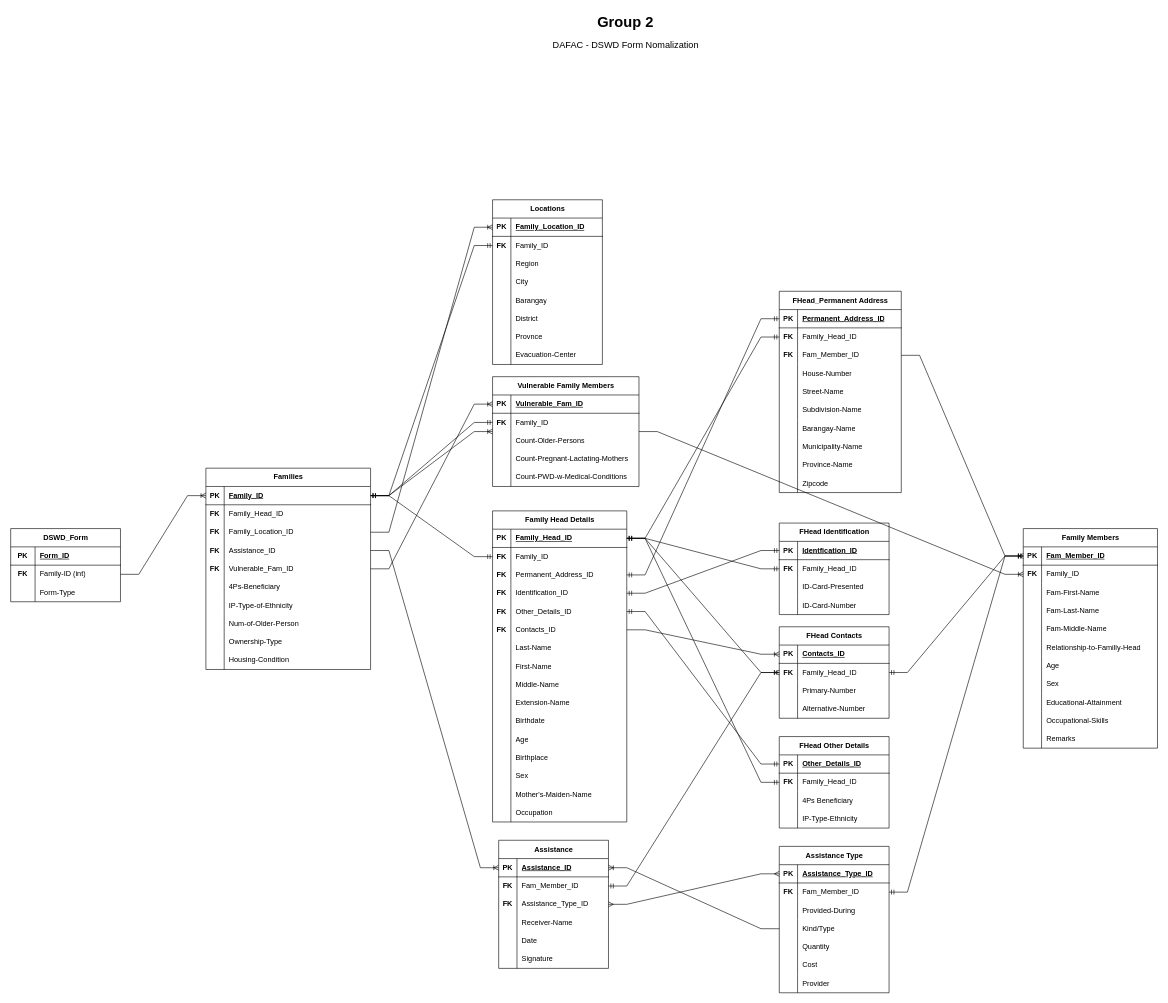
Earlier version of the draw.io diagram DSWDForm.drawio (Lanxxxe/Apartment-Watch). Source tidied: cells renumbered, new cells numbered last; positions are measured from the earlier drawing's top-left corner, leaving out a move shared by most shapes. Both pictures are drawn from the tidied source at 61%, with x=0, y=0 at pixel (10, 10).
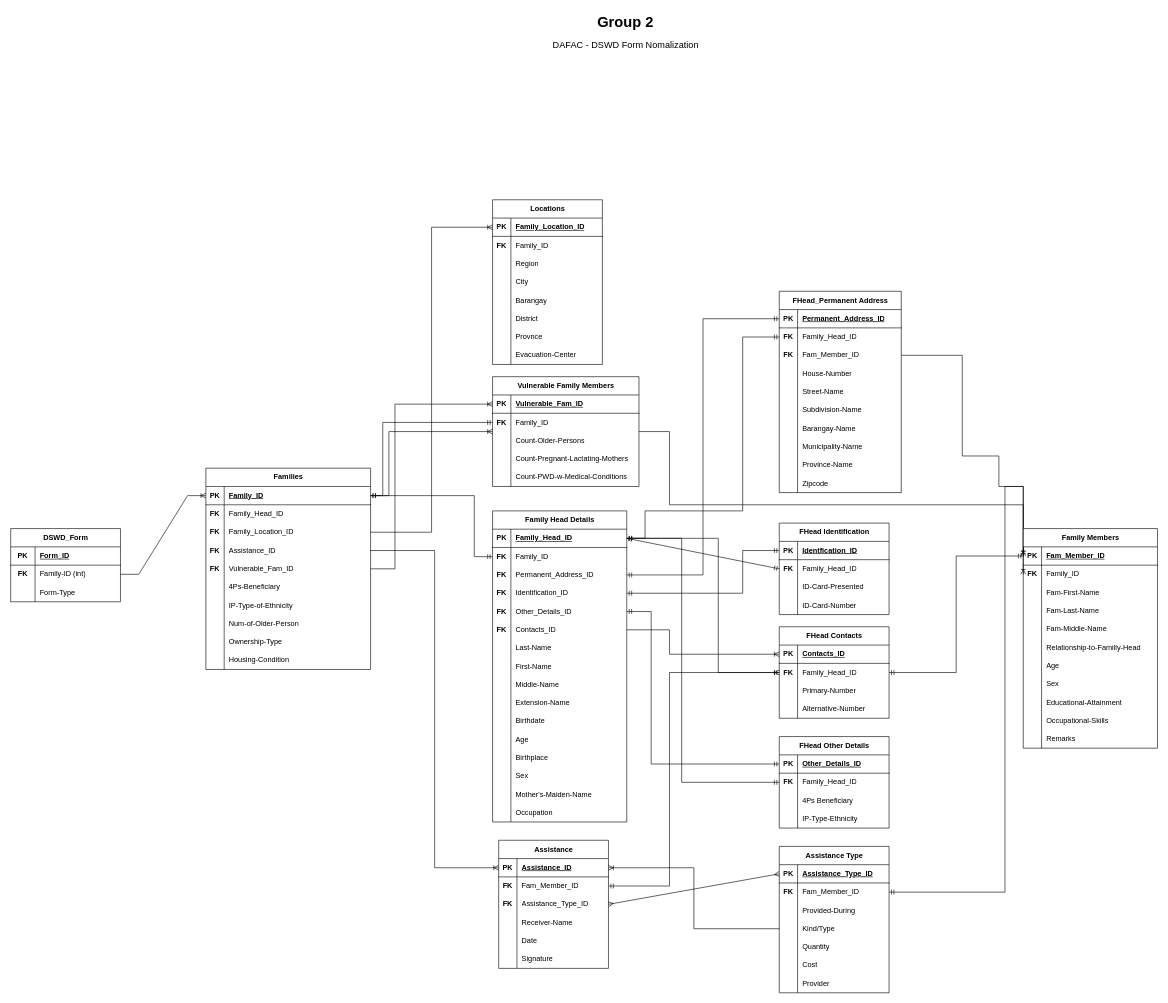
Above is the later version.

Unchanged cells that the change refers to:
```xml
<mxCell id="3" style="shape=tableRow;horizontal=0;startSize=0;swimlaneHead=0;swimlaneBody=0;fillColor=none;points=[[0,0.5],[1,0.5]];portConstraint=eastwest;top=0;left=0;right=0;bottom=1;" parent="2" vertex="1">
<mxCell id="9" style="shape=tableRow;horizontal=0;startSize=0;swimlaneHead=0;swimlaneBody=0;fillColor=none;points=[[0,0.5],[1,0.5]];portConstraint=eastwest;top=0;left=0;right=0;bottom=0;" parent="2" vertex="1">
<mxCell id="12" style="shape=tableRow;horizontal=0;startSize=0;swimlaneHead=0;swimlaneBody=0;fillColor=none;points=[[0,0.5],[1,0.5]];portConstraint=eastwest;top=0;left=0;right=0;bottom=0;" parent="2" vertex="1">
<mxCell id="15" style="shape=tableRow;horizontal=0;startSize=0;swimlaneHead=0;swimlaneBody=0;fillColor=none;points=[[0,0.5],[1,0.5]];portConstraint=eastwest;top=0;left=0;right=0;bottom=0;" parent="2" vertex="1">
<mxCell id="34" style="shape=tableRow;horizontal=0;startSize=0;swimlaneHead=0;swimlaneBody=0;fillColor=none;points=[[0,0.5],[1,0.5]];portConstraint=eastwest;top=0;left=0;right=0;bottom=1;" parent="33" vertex="1">
<mxCell id="37" style="shape=tableRow;horizontal=0;startSize=0;swimlaneHead=0;swimlaneBody=0;fillColor=none;points=[[0,0.5],[1,0.5]];portConstraint=eastwest;top=0;left=0;right=0;bottom=0;" parent="33" vertex="1">
<mxCell id="40" style="shape=tableRow;horizontal=0;startSize=0;swimlaneHead=0;swimlaneBody=0;fillColor=none;points=[[0,0.5],[1,0.5]];portConstraint=eastwest;top=0;left=0;right=0;bottom=0;" parent="33" vertex="1">
<mxCell id="43" style="shape=tableRow;horizontal=0;startSize=0;swimlaneHead=0;swimlaneBody=0;fillColor=none;points=[[0,0.5],[1,0.5]];portConstraint=eastwest;top=0;left=0;right=0;bottom=0;" parent="33" vertex="1">
<mxCell id="46" style="shape=tableRow;horizontal=0;startSize=0;swimlaneHead=0;swimlaneBody=0;fillColor=none;points=[[0,0.5],[1,0.5]];portConstraint=eastwest;top=0;left=0;right=0;bottom=0;" parent="33" vertex="1">
<mxCell id="49" style="shape=tableRow;horizontal=0;startSize=0;swimlaneHead=0;swimlaneBody=0;fillColor=none;points=[[0,0.5],[1,0.5]];portConstraint=eastwest;top=0;left=0;right=0;bottom=0;" parent="33" vertex="1">
<mxCell id="96" style="shape=tableRow;horizontal=0;startSize=0;swimlaneHead=0;swimlaneBody=0;fillColor=none;points=[[0,0.5],[1,0.5]];portConstraint=eastwest;top=0;left=0;right=0;bottom=1;" parent="95" vertex="1">
<mxCell id="99" style="shape=tableRow;horizontal=0;startSize=0;swimlaneHead=0;swimlaneBody=0;fillColor=none;points=[[0,0.5],[1,0.5]];portConstraint=eastwest;top=0;left=0;right=0;bottom=0;" parent="95" vertex="1">
<mxCell id="102" style="shape=tableRow;horizontal=0;startSize=0;swimlaneHead=0;swimlaneBody=0;fillColor=none;points=[[0,0.5],[1,0.5]];portConstraint=eastwest;top=0;left=0;right=0;bottom=0;" parent="95" vertex="1">
<mxCell id="127" style="shape=tableRow;horizontal=0;startSize=0;swimlaneHead=0;swimlaneBody=0;fillColor=none;points=[[0,0.5],[1,0.5]];portConstraint=eastwest;top=0;left=0;right=0;bottom=1;" parent="126" vertex="1">
<mxCell id="130" style="shape=tableRow;horizontal=0;startSize=0;swimlaneHead=0;swimlaneBody=0;fillColor=none;points=[[0,0.5],[1,0.5]];portConstraint=eastwest;top=0;left=0;right=0;bottom=0;" parent="126" vertex="1">
<mxCell id="140" style="shape=tableRow;horizontal=0;startSize=0;swimlaneHead=0;swimlaneBody=0;fillColor=none;points=[[0,0.5],[1,0.5]];portConstraint=eastwest;top=0;left=0;right=0;bottom=1;" parent="139" vertex="1">
<mxCell id="143" style="shape=tableRow;horizontal=0;startSize=0;swimlaneHead=0;swimlaneBody=0;fillColor=none;points=[[0,0.5],[1,0.5]];portConstraint=eastwest;top=0;left=0;right=0;bottom=0;" parent="139" vertex="1">
<mxCell id="173" style="shape=tableRow;horizontal=0;startSize=0;swimlaneHead=0;swimlaneBody=0;fillColor=none;points=[[0,0.5],[1,0.5]];portConstraint=eastwest;top=0;left=0;right=0;bottom=1;" parent="172" vertex="1">
<mxCell id="176" style="shape=tableRow;horizontal=0;startSize=0;swimlaneHead=0;swimlaneBody=0;fillColor=none;points=[[0,0.5],[1,0.5]];portConstraint=eastwest;top=0;left=0;right=0;bottom=0;" parent="172" vertex="1">
<mxCell id="198" value="Vulnerable Family Members" style="shape=table;startSize=30;childLayout=tableLayout;rowLines=0;fontStyle=1;align=center;html=1;" parent="1" vertex="1">
<mxCell id="199" style="shape=tableRow;horizontal=0;startSize=0;swimlaneHead=0;swimlaneBody=0;fillColor=none;points=[[0,0.5],[1,0.5]];portConstraint=eastwest;top=0;left=0;right=0;bottom=1;" parent="198" vertex="1">
<mxCell id="202" style="shape=tableRow;horizontal=0;startSize=0;swimlaneHead=0;swimlaneBody=0;fillColor=none;points=[[0,0.5],[1,0.5]];portConstraint=eastwest;top=0;left=0;right=0;bottom=0;" parent="198" vertex="1">
<mxCell id="215" style="shape=tableRow;horizontal=0;startSize=0;swimlaneHead=0;swimlaneBody=0;fillColor=none;points=[[0,0.5],[1,0.5]];portConstraint=eastwest;top=0;left=0;right=0;bottom=1;" parent="214" vertex="1">
<mxCell id="218" style="shape=tableRow;horizontal=0;startSize=0;swimlaneHead=0;swimlaneBody=0;fillColor=none;points=[[0,0.5],[1,0.5]];portConstraint=eastwest;top=0;left=0;right=0;bottom=0;" parent="214" vertex="1">
<mxCell id="221" style="shape=tableRow;horizontal=0;startSize=0;swimlaneHead=0;swimlaneBody=0;fillColor=none;points=[[0,0.5],[1,0.5]];portConstraint=eastwest;top=0;left=0;right=0;bottom=0;" parent="214" vertex="1">
<mxCell id="234" value="FHead Contacts" style="shape=table;startSize=30;childLayout=tableLayout;rowLines=0;fontStyle=1;align=center;html=1;" parent="1" vertex="1">
<mxCell id="235" style="shape=tableRow;horizontal=0;startSize=0;swimlaneHead=0;swimlaneBody=0;fillColor=none;points=[[0,0.5],[1,0.5]];portConstraint=eastwest;top=0;left=0;right=0;bottom=1;" parent="234" vertex="1">
<mxCell id="238" style="shape=tableRow;horizontal=0;startSize=0;swimlaneHead=0;swimlaneBody=0;fillColor=none;points=[[0,0.5],[1,0.5]];portConstraint=eastwest;top=0;left=0;right=0;bottom=0;" parent="234" vertex="1">
<mxCell id="248" style="shape=tableRow;horizontal=0;startSize=0;swimlaneHead=0;swimlaneBody=0;fillColor=none;points=[[0,0.5],[1,0.5]];portConstraint=eastwest;top=0;left=0;right=0;bottom=1;" parent="247" vertex="1">
<mxCell id="251" style="shape=tableRow;horizontal=0;startSize=0;swimlaneHead=0;swimlaneBody=0;fillColor=none;points=[[0,0.5],[1,0.5]];portConstraint=eastwest;top=0;left=0;right=0;bottom=0;" parent="247" vertex="1">
<mxCell id="257" style="shape=tableRow;horizontal=0;startSize=0;swimlaneHead=0;swimlaneBody=0;fillColor=none;points=[[0,0.5],[1,0.5]];portConstraint=eastwest;top=0;left=0;right=0;bottom=0;" parent="247" vertex="1">
<mxCell id="270" style="shape=tableRow;horizontal=0;startSize=0;swimlaneHead=0;swimlaneBody=0;fillColor=none;points=[[0,0.5],[1,0.5]];portConstraint=eastwest;top=0;left=0;right=0;bottom=1;" parent="269" vertex="1">
<mxCell id="273" style="shape=tableRow;horizontal=0;startSize=0;swimlaneHead=0;swimlaneBody=0;fillColor=none;points=[[0,0.5],[1,0.5]];portConstraint=eastwest;top=0;left=0;right=0;bottom=0;" parent="269" vertex="1">
```

The edit, as a diff of the source:
```diff
@@
-    <mxCell id="152" style="edgeStyle=entityRelationEdgeStyle;fontSize=12;html=1;endArrow=ERmandOne;startArrow=ERmandOne;rounded=0;entryX=0;entryY=0.5;entryDx=0;entryDy=0;exitX=1;exitY=0.5;exitDx=0;exitDy=0;" parent="1" edge="1" source="3" target="37">
+    <mxCell id="152" style="edgeStyle=orthogonalEdgeStyle;fontSize=12;html=1;endArrow=ERmandOne;startArrow=ERmandOne;rounded=0;entryX=0;entryY=0.5;entryDx=0;entryDy=0;exitX=1;exitY=0.5;exitDx=0;exitDy=0;" parent="1" edge="1" source="3" target="37">
       <mxGeometry relative="1" as="geometry">
         <Array as="points">
-          <mxPoint x="860" y="900" />
-          <mxPoint x="940" y="940" />
-          <mxPoint x="1080" y="930" />
-          <mxPoint x="1070" y="920" />
-          <mxPoint x="940" y="689" />
+          <mxPoint x="760" y="795" />
+          <mxPoint x="760" y="895" />
         </Array>
       </mxGeometry>
     </mxCell>
-    <mxCell id="153" style="edgeStyle=entityRelationEdgeStyle;fontSize=12;html=1;endArrow=ERmandOne;startArrow=ERmandOne;rounded=0;entryX=0;entryY=0.5;entryDx=0;entryDy=0;exitX=1;exitY=0.5;exitDx=0;exitDy=0;" parent="1" edge="1" source="34" target="99">
-      <mxGeometry relative="1" as="geometry" />
+    <mxCell id="153" style="edgeStyle=orthogonalEdgeStyle;fontSize=12;html=1;endArrow=ERmandOne;startArrow=ERmandOne;rounded=0;entryX=0;entryY=0.5;entryDx=0;entryDy=0;exitX=1;exitY=0.5;exitDx=0;exitDy=0;" parent="1" edge="1" source="34" target="99">
+      <mxGeometry relative="1" as="geometry">
+        <Array as="points">
+          <mxPoint x="1040" y="865" />
+          <mxPoint x="1040" y="820" />
+          <mxPoint x="1200" y="820" />
+          <mxPoint x="1200" y="535" />
+        </Array>
+      </mxGeometry>
     </mxCell>
-    <mxCell id="154" style="edgeStyle=entityRelationEdgeStyle;fontSize=12;html=1;endArrow=ERmandOne;startArrow=ERmandOne;rounded=0;entryX=0;entryY=0.5;entryDx=0;entryDy=0;exitX=1;exitY=0.5;exitDx=0;exitDy=0;" parent="1" edge="1" source="3" target="176">
-      <mxGeometry relative="1" as="geometry" />
-    </mxCell>
-    <mxCell id="155" style="edgeStyle=entityRelationEdgeStyle;fontSize=12;html=1;endArrow=ERmandOne;startArrow=ERmandOne;rounded=0;entryX=0;entryY=0.5;entryDx=0;entryDy=0;exitX=1;exitY=0.5;exitDx=0;exitDy=0;" parent="1" edge="1" source="34" target="143">
+    <mxCell id="155" style="fontSize=12;html=1;endArrow=ERmandOne;startArrow=ERmandOne;rounded=0;entryX=0;entryY=0.5;entryDx=0;entryDy=0;exitX=1;exitY=0.5;exitDx=0;exitDy=0;" parent="1" edge="1" source="34" target="143">
       <mxGeometry relative="1" as="geometry" />
     </mxCell>
-    <mxCell id="156" style="edgeStyle=entityRelationEdgeStyle;fontSize=12;html=1;endArrow=ERoneToMany;rounded=0;entryX=0;entryY=0.5;entryDx=0;entryDy=0;exitX=1;exitY=0.5;exitDx=0;exitDy=0;" parent="1" edge="1" source="34" target="238">
-      <mxGeometry relative="1" as="geometry" />
+    <mxCell id="156" style="edgeStyle=orthogonalEdgeStyle;fontSize=12;html=1;endArrow=ERoneToMany;rounded=0;entryX=0;entryY=0.5;entryDx=0;entryDy=0;exitX=1;exitY=0.5;exitDx=0;exitDy=0;" parent="1" edge="1" source="34" target="238">
+      <mxGeometry relative="1" as="geometry">
+        <Array as="points">
+          <mxPoint x="1160" y="865" />
+          <mxPoint x="1160" y="1085" />
+        </Array>
+      </mxGeometry>
     </mxCell>
-    <mxCell id="157" style="edgeStyle=entityRelationEdgeStyle;fontSize=12;html=1;endArrow=ERmandOne;startArrow=ERmandOne;rounded=0;entryX=0;entryY=0.5;entryDx=0;entryDy=0;exitX=1;exitY=0.5;exitDx=0;exitDy=0;" parent="1" edge="1" source="46" target="127">
-      <mxGeometry relative="1" as="geometry" />
+    <mxCell id="157" style="edgeStyle=orthogonalEdgeStyle;fontSize=12;html=1;endArrow=ERmandOne;startArrow=ERmandOne;rounded=0;entryX=0;entryY=0.5;entryDx=0;entryDy=0;exitX=1;exitY=0.5;exitDx=0;exitDy=0;" parent="1" edge="1" source="46" target="127">
+      <mxGeometry relative="1" as="geometry">
+        <Array as="points">
+          <mxPoint x="1050" y="985" />
+          <mxPoint x="1050" y="1235" />
+        </Array>
+      </mxGeometry>
     </mxCell>
-    <mxCell id="158" style="edgeStyle=entityRelationEdgeStyle;fontSize=12;html=1;endArrow=ERmandOne;startArrow=ERmandOne;rounded=0;entryX=0;entryY=0.5;entryDx=0;entryDy=0;exitX=1;exitY=0.5;exitDx=0;exitDy=0;" parent="1" edge="1" source="3" target="202">
-      <mxGeometry relative="1" as="geometry" />
+    <mxCell id="158" style="fontSize=12;html=1;endArrow=ERmandOne;startArrow=ERmandOne;rounded=0;entryX=0;entryY=0.5;entryDx=0;entryDy=0;exitX=1;exitY=0.5;exitDx=0;exitDy=0;edgeStyle=orthogonalEdgeStyle;" parent="1" edge="1" source="3" target="202">
+      <mxGeometry relative="1" as="geometry">
+        <Array as="points">
+          <mxPoint x="610" y="795" />
+          <mxPoint x="610" y="675" />
+        </Array>
+      </mxGeometry>
     </mxCell>
-    <mxCell id="159" style="edgeStyle=entityRelationEdgeStyle;fontSize=12;html=1;endArrow=ERoneToMany;rounded=0;entryX=1;entryY=0.5;entryDx=0;entryDy=0;exitX=0;exitY=0.5;exitDx=0;exitDy=0;" parent="1" edge="1" source="257" target="215">
+    <mxCell id="159" style="fontSize=12;html=1;endArrow=ERoneToMany;rounded=0;entryX=1;entryY=0.5;entryDx=0;entryDy=0;exitX=0;exitY=0.5;exitDx=0;exitDy=0;edgeStyle=orthogonalEdgeStyle;" parent="1" edge="1" source="257" target="215">
       <mxGeometry relative="1" as="geometry" />
     </mxCell>
-    <mxCell id="160" style="edgeStyle=entityRelationEdgeStyle;fontSize=12;html=1;endArrow=ERoneToMany;rounded=0;entryX=0;entryY=0.5;entryDx=0;entryDy=0;exitX=1;exitY=0.5;exitDx=0;exitDy=0;" parent="1" edge="1" source="9" target="173">
-      <mxGeometry relative="1" as="geometry">
-        <Array as="points">
-          <mxPoint x="850" y="590" />
-        </Array>
-      </mxGeometry>
+    <mxCell id="160" style="edgeStyle=orthogonalEdgeStyle;fontSize=12;html=1;endArrow=ERoneToMany;rounded=0;entryX=0;entryY=0.5;entryDx=0;entryDy=0;exitX=1;exitY=0.5;exitDx=0;exitDy=0;" parent="1" edge="1" source="9" target="173">
+      <mxGeometry relative="1" as="geometry" />
     </mxCell>
-    <mxCell id="161" style="edgeStyle=entityRelationEdgeStyle;fontSize=12;html=1;endArrow=ERmandOne;startArrow=ERmandOne;rounded=0;entryX=0;entryY=0.5;entryDx=0;entryDy=0;exitX=1;exitY=0.5;exitDx=0;exitDy=0;" parent="1" edge="1" source="40" target="96">
+    <mxCell id="161" style="edgeStyle=orthogonalEdgeStyle;fontSize=12;html=1;endArrow=ERmandOne;startArrow=ERmandOne;rounded=0;entryX=0;entryY=0.5;entryDx=0;entryDy=0;exitX=1;exitY=0.5;exitDx=0;exitDy=0;" parent="1" edge="1" source="40" target="96">
       <mxGeometry relative="1" as="geometry" />
     </mxCell>
-    <mxCell id="162" style="edgeStyle=entityRelationEdgeStyle;fontSize=12;html=1;endArrow=ERmandOne;startArrow=ERmandOne;rounded=0;entryX=0;entryY=0.5;entryDx=0;entryDy=0;" parent="1" edge="1" source="43" target="140">
-      <mxGeometry relative="1" as="geometry" />
+    <mxCell id="162" style="edgeStyle=orthogonalEdgeStyle;fontSize=12;html=1;endArrow=ERmandOne;startArrow=ERmandOne;rounded=0;entryX=0;entryY=0.5;entryDx=0;entryDy=0;" parent="1" edge="1" source="43" target="140">
+      <mxGeometry relative="1" as="geometry">
+        <Array as="points">
+          <mxPoint x="1200" y="955" />
+          <mxPoint x="1200" y="885" />
+        </Array>
+      </mxGeometry>
     </mxCell>
-    <mxCell id="163" style="edgeStyle=entityRelationEdgeStyle;fontSize=12;html=1;endArrow=ERmandOne;startArrow=ERmandOne;rounded=0;entryX=0;entryY=0.5;entryDx=0;entryDy=0;exitX=1;exitY=0.5;exitDx=0;exitDy=0;" parent="1" edge="1" source="34" target="130">
-      <mxGeometry relative="1" as="geometry" />
+    <mxCell id="163" style="edgeStyle=orthogonalEdgeStyle;fontSize=12;html=1;endArrow=ERmandOne;startArrow=ERmandOne;rounded=0;entryX=0;entryY=0.5;entryDx=0;entryDy=0;exitX=1;exitY=0.5;exitDx=0;exitDy=0;" parent="1" edge="1" source="34" target="130">
+      <mxGeometry relative="1" as="geometry">
+        <Array as="points">
+          <mxPoint x="1100" y="865" />
+          <mxPoint x="1100" y="1265" />
+        </Array>
+      </mxGeometry>
     </mxCell>
-    <mxCell id="164" style="edgeStyle=entityRelationEdgeStyle;fontSize=12;html=1;endArrow=ERoneToMany;rounded=0;entryX=0;entryY=0.5;entryDx=0;entryDy=0;exitX=1;exitY=0.5;exitDx=0;exitDy=0;" parent="1" edge="1" source="49" target="235">
-      <mxGeometry relative="1" as="geometry" />
+    <mxCell id="164" style="edgeStyle=orthogonalEdgeStyle;fontSize=12;html=1;endArrow=ERoneToMany;rounded=0;entryX=0;entryY=0.5;entryDx=0;entryDy=0;exitX=1;exitY=0.5;exitDx=0;exitDy=0;" parent="1" edge="1" source="49" target="235">
+      <mxGeometry relative="1" as="geometry">
+        <Array as="points">
+          <mxPoint x="1080" y="1015" />
+          <mxPoint x="1080" y="1055" />
+        </Array>
+      </mxGeometry>
     </mxCell>
-    <mxCell id="165" style="edgeStyle=entityRelationEdgeStyle;fontSize=12;html=1;endArrow=ERoneToMany;rounded=0;entryX=0;entryY=0.5;entryDx=0;entryDy=0;exitX=1;exitY=0.5;exitDx=0;exitDy=0;" parent="1" edge="1" source="15" target="199">
-      <mxGeometry relative="1" as="geometry" />
+    <mxCell id="165" style="edgeStyle=orthogonalEdgeStyle;fontSize=12;html=1;endArrow=ERoneToMany;rounded=0;entryX=0;entryY=0.5;entryDx=0;entryDy=0;exitX=1;exitY=0.5;exitDx=0;exitDy=0;" parent="1" edge="1" source="15" target="199">
+      <mxGeometry relative="1" as="geometry">
+        <Array as="points">
+          <mxPoint x="630" y="915" />
+          <mxPoint x="630" y="645" />
+        </Array>
+      </mxGeometry>
     </mxCell>
-    <mxCell id="166" style="edgeStyle=entityRelationEdgeStyle;fontSize=12;html=1;endArrow=ERoneToMany;rounded=0;exitX=1;exitY=0.5;exitDx=0;exitDy=0;entryX=0;entryY=0.5;entryDx=0;entryDy=0;" parent="1" edge="1" source="12" target="215">
+    <mxCell id="166" style="edgeStyle=orthogonalEdgeStyle;fontSize=12;html=1;endArrow=ERoneToMany;rounded=0;exitX=1;exitY=0.5;exitDx=0;exitDy=0;entryX=0;entryY=0.5;entryDx=0;entryDy=0;" parent="1" edge="1" source="12" target="215">
       <mxGeometry relative="1" as="geometry" />
     </mxCell>
-    <mxCell id="167" style="edgeStyle=entityRelationEdgeStyle;fontSize=12;html=1;endArrow=ERoneToMany;rounded=0;entryX=0;entryY=0.5;entryDx=0;entryDy=0;exitX=1;exitY=0.5;exitDx=0;exitDy=0;" parent="1" edge="1" source="198" target="273">
-      <mxGeometry relative="1" as="geometry" />
+    <mxCell id="167" style="edgeStyle=orthogonalEdgeStyle;fontSize=12;html=1;endArrow=ERoneToMany;rounded=0;entryX=0;entryY=0.5;entryDx=0;entryDy=0;exitX=1;exitY=0.5;exitDx=0;exitDy=0;" parent="1" edge="1" source="198" target="273">
+      <mxGeometry relative="1" as="geometry">
+        <Array as="points">
+          <mxPoint x="1080" y="690" />
+          <mxPoint x="1080" y="810" />
+          <mxPoint x="1660" y="810" />
+        </Array>
+      </mxGeometry>
     </mxCell>
-    <mxCell id="168" style="edgeStyle=entityRelationEdgeStyle;fontSize=12;html=1;endArrow=ERoneToMany;rounded=0;entryX=0;entryY=0.5;entryDx=0;entryDy=0;exitX=1;exitY=0.5;exitDx=0;exitDy=0;" parent="1" edge="1" source="102" target="270">
+    <mxCell id="168" style="edgeStyle=orthogonalEdgeStyle;fontSize=12;html=1;endArrow=ERoneToMany;rounded=0;entryX=0;entryY=0.5;entryDx=0;entryDy=0;exitX=1;exitY=0.5;exitDx=0;exitDy=0;" parent="1" edge="1" source="102" target="270">
       <mxGeometry relative="1" as="geometry">
         <Array as="points">
-          <mxPoint x="1990" y="390" />
+          <mxPoint x="1560" y="565" />
+          <mxPoint x="1560" y="730" />
+          <mxPoint x="1620" y="730" />
+          <mxPoint x="1620" y="780" />
         </Array>
       </mxGeometry>
     </mxCell>
-    <mxCell id="169" style="edgeStyle=entityRelationEdgeStyle;fontSize=12;html=1;endArrow=ERmandOne;startArrow=ERmandOne;rounded=0;entryX=0;entryY=0.5;entryDx=0;entryDy=0;exitX=1;exitY=0.5;exitDx=0;exitDy=0;" parent="1" edge="1" source="251" target="270">
-      <mxGeometry relative="1" as="geometry" />
+    <mxCell id="169" style="edgeStyle=orthogonalEdgeStyle;fontSize=12;html=1;endArrow=ERmandOne;startArrow=ERmandOne;rounded=0;entryX=0;entryY=0.5;entryDx=0;entryDy=0;exitX=1;exitY=0.5;exitDx=0;exitDy=0;" parent="1" edge="1" source="251" target="270">
+      <mxGeometry relative="1" as="geometry">
+        <Array as="points">
+          <mxPoint x="1630" y="1445" />
+          <mxPoint x="1630" y="780" />
+        </Array>
+      </mxGeometry>
     </mxCell>
-    <mxCell id="170" style="edgeStyle=entityRelationEdgeStyle;fontSize=12;html=1;endArrow=ERmandOne;startArrow=ERmandOne;rounded=0;entryX=0;entryY=0.5;entryDx=0;entryDy=0;exitX=1;exitY=0.5;exitDx=0;exitDy=0;" parent="1" edge="1" source="234" target="270">
+    <mxCell id="170" style="edgeStyle=orthogonalEdgeStyle;fontSize=12;html=1;endArrow=ERmandOne;startArrow=ERmandOne;rounded=0;entryX=0;entryY=0.5;entryDx=0;entryDy=0;exitX=1;exitY=0.5;exitDx=0;exitDy=0;" parent="1" edge="1" source="234" target="270">
       <mxGeometry relative="1" as="geometry" />
     </mxCell>
-    <mxCell id="171" style="edgeStyle=entityRelationEdgeStyle;fontSize=12;html=1;endArrow=ERmany;startArrow=ERmany;rounded=0;entryX=0;entryY=0.5;entryDx=0;entryDy=0;exitX=1;exitY=0.5;exitDx=0;exitDy=0;" parent="1" edge="1" source="221" target="248">
+    <mxCell id="171" style="fontSize=12;html=1;endArrow=ERmany;startArrow=ERmany;rounded=0;entryX=0;entryY=0.5;entryDx=0;entryDy=0;exitX=1;exitY=0.5;exitDx=0;exitDy=0;" parent="1" edge="1" source="221" target="248">
       <mxGeometry relative="1" as="geometry" />
     </mxCell>
@@
-    <mxCell id="197" style="edgeStyle=entityRelationEdgeStyle;fontSize=12;html=1;endArrow=ERoneToMany;rounded=0;entryX=0;entryY=0.5;entryDx=0;entryDy=0;exitX=1;exitY=0.5;exitDx=0;exitDy=0;" parent="1" edge="1" source="3" target="198">
-      <mxGeometry relative="1" as="geometry" />
+    <mxCell id="197" style="fontSize=12;html=1;endArrow=ERoneToMany;rounded=0;entryX=0;entryY=0.5;entryDx=0;entryDy=0;exitX=1;exitY=0.5;exitDx=0;exitDy=0;edgeStyle=orthogonalEdgeStyle;" parent="1" edge="1" source="3" target="198">
+      <mxGeometry relative="1" as="geometry">
+        <Array as="points">
+          <mxPoint x="620" y="795" />
+          <mxPoint x="620" y="690" />
+        </Array>
+      </mxGeometry>
     </mxCell>
@@
-    <mxCell id="233" style="edgeStyle=entityRelationEdgeStyle;fontSize=12;html=1;endArrow=ERmandOne;startArrow=ERmandOne;rounded=0;entryX=0;entryY=0.5;entryDx=0;entryDy=0;exitX=1;exitY=0.5;exitDx=0;exitDy=0;" parent="1" edge="1" source="218" target="234">
-      <mxGeometry relative="1" as="geometry" />
+    <mxCell id="233" style="edgeStyle=orthogonalEdgeStyle;fontSize=12;html=1;endArrow=ERmandOne;startArrow=ERmandOne;rounded=0;entryX=0;entryY=0.5;entryDx=0;entryDy=0;exitX=1;exitY=0.5;exitDx=0;exitDy=0;" parent="1" edge="1" source="218" target="234">
+      <mxGeometry relative="1" as="geometry">
+        <Array as="points">
+          <mxPoint x="1080" y="1435" />
+          <mxPoint x="1080" y="1085" />
+        </Array>
+      </mxGeometry>
     </mxCell>
```
